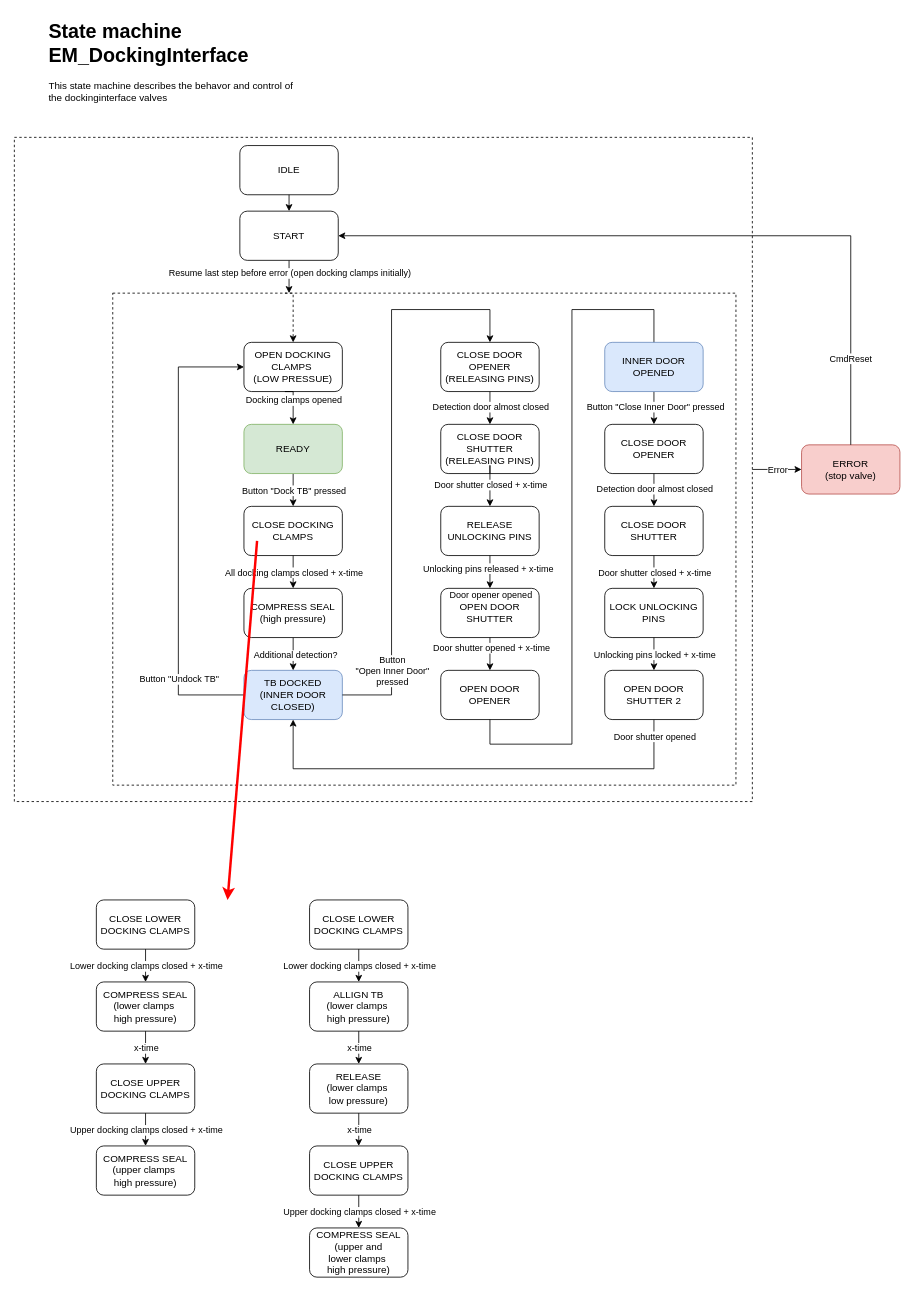
Before: page "EM_DockingInterface" (7 of 10) of Documentation/StateMachine and Sequence Diagrams.drawio in KMWE/KMWE_CleanroomConnect, a draw.io diagram. Source tidied: cells renumbered, new cells numbered last; positions are measured from the earlier drawing's top-left corner, leaving out a move shared by most shapes. Both pictures are drawn from the tidied source at 82%, with x=0, y=0 at pixel (14, 14).
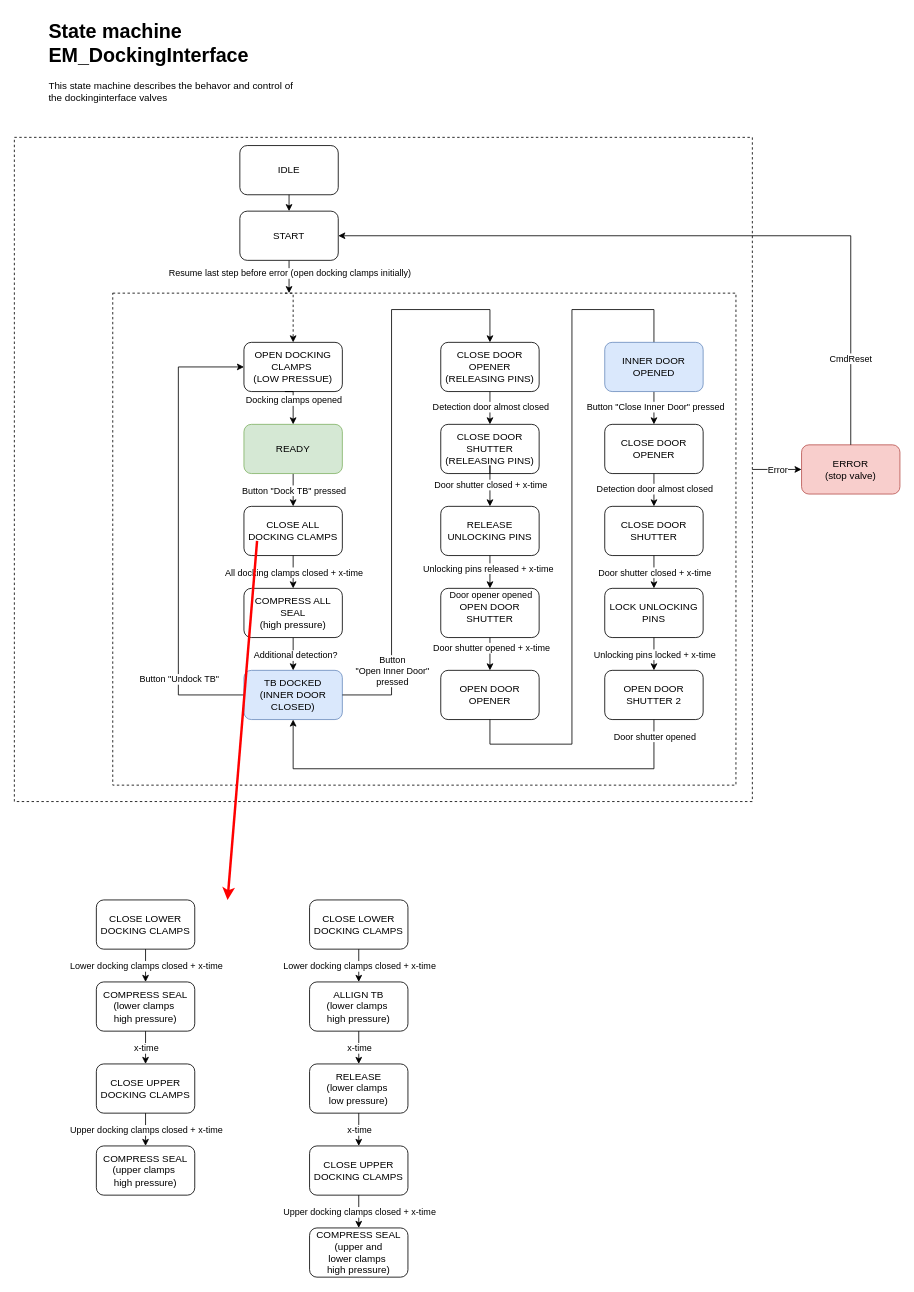
The same diagram, later.

Commit message (it also covers changes not shown here):
PLC update renamed _ManualControl() to _MaintenanceControl(), error response Docking Interface (WIP) + Documentation update DockingInterface sequence

Diff of the diagram source:
```diff
@@
-    <mxCell id="7" value="CLOSE DOCKING CLAMPS" style="rounded=1;whiteSpace=wrap;html=1;" parent="1" vertex="1">
+    <mxCell id="7" value="CLOSE ALL DOCKING CLAMPS" style="rounded=1;whiteSpace=wrap;html=1;" parent="1" vertex="1">
       <mxGeometry x="280" y="600" width="120" height="60" as="geometry" />
     </mxCell>
@@
-    <mxCell id="59" value="COMPRESS SEAL&lt;br&gt;(high pressure)" style="rounded=1;whiteSpace=wrap;html=1;" parent="1" vertex="1">
+    <mxCell id="59" value="COMPRESS ALL SEAL&lt;br&gt;(high pressure)" style="rounded=1;whiteSpace=wrap;html=1;" parent="1" vertex="1">
       <mxGeometry x="280" y="700" width="120" height="60" as="geometry" />
     </mxCell>
```
